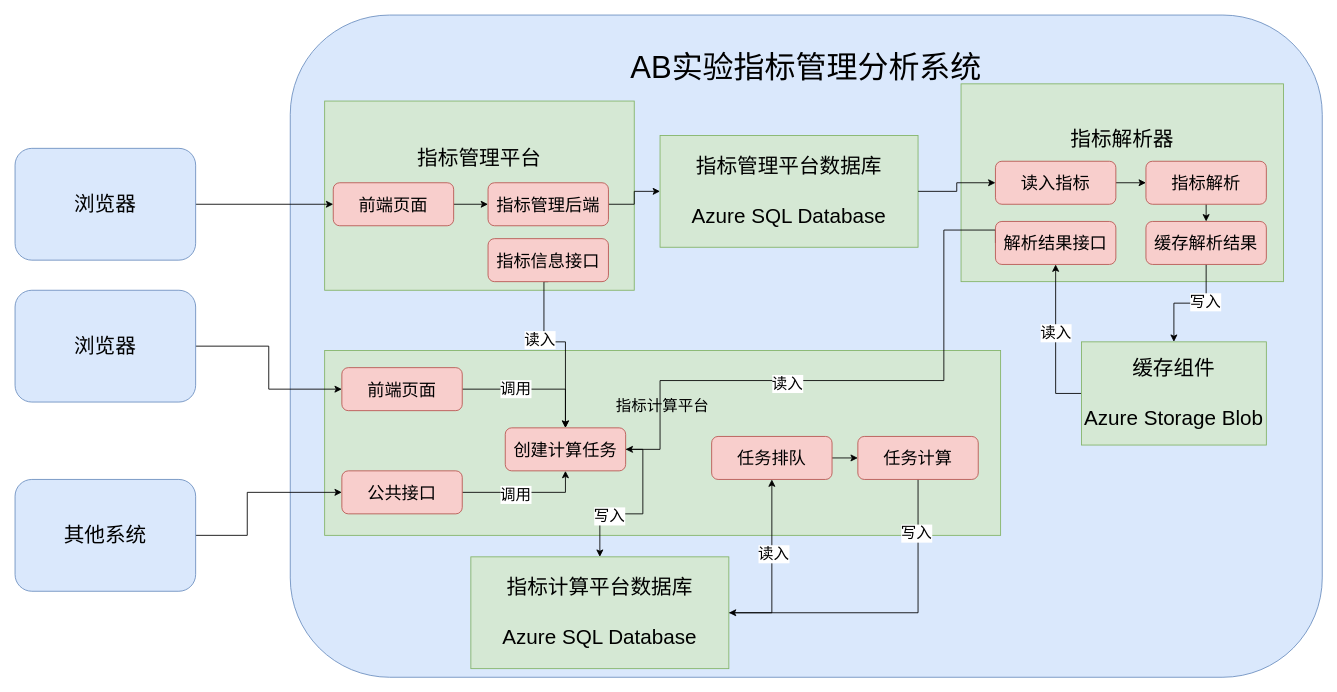
EricTao2/images-repository keeps this draw.io diagram as 架构图.drawio. Above is the earlier version. Source tidied: cells renumbered, new cells numbered last; positions are measured from the earlier drawing's top-left corner, leaving out a move shared by most shapes. Both pictures are drawn from the tidied source at 86%, with x=0, y=0 at pixel (15, 15).
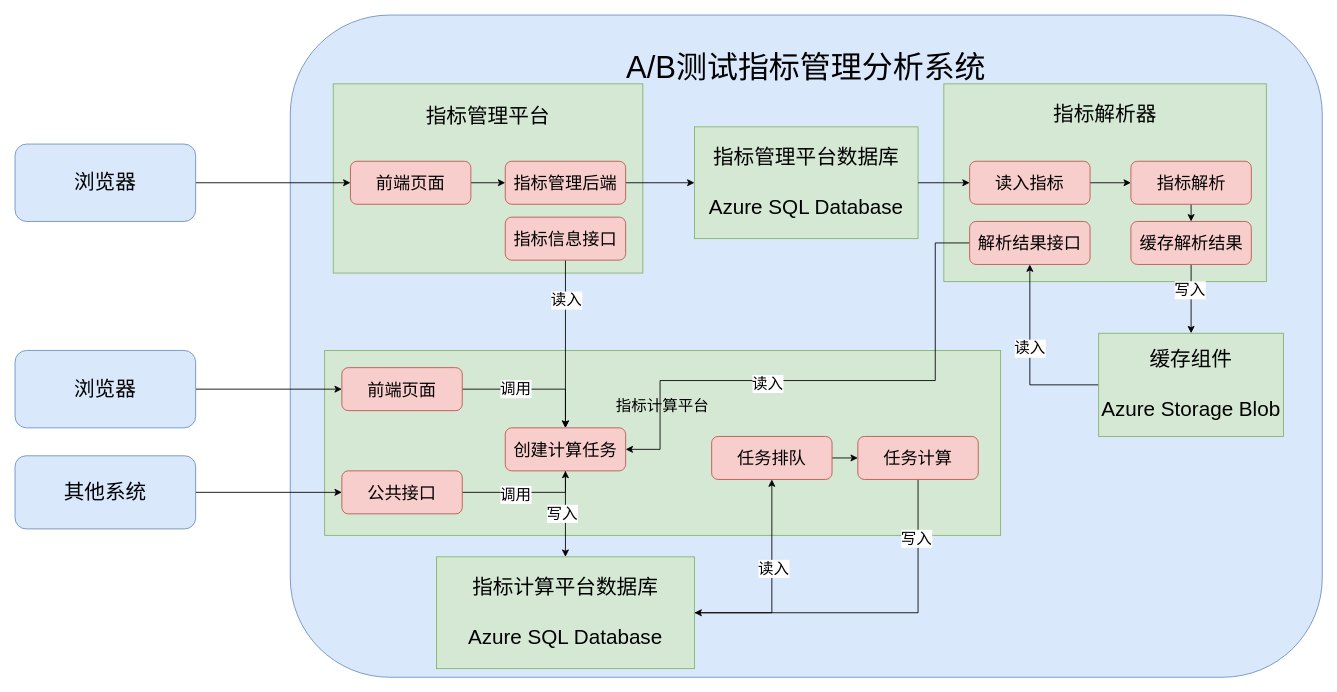
After the change.

Commit message:
更新架构图.drawio

The change refers to these unchanged cells:
```xml
<mxCell id="29" value="&lt;font style=&quot;font-size: 20px;&quot;&gt;公共接口&lt;/font&gt;" style="rounded=1;whiteSpace=wrap;html=1;fillColor=#f8cecc;strokeColor=#b85450;fontSize=20;" parent="1" vertex="1">
  <mxGeometry x="380" y="530" width="140" height="50" as="geometry" />
</mxCell>
<mxCell id="35" value="&lt;font style=&quot;font-size: 20px;&quot;&gt;创建计算任务&lt;/font&gt;" style="rounded=1;whiteSpace=wrap;html=1;fillColor=#f8cecc;strokeColor=#b85450;fontSize=20;" parent="1" vertex="1">
  <mxGeometry x="570" y="480" width="140" height="50" as="geometry" />
</mxCell>
```

The edit, as a diff of the source:
```diff
@@
-    <mxCell id="2" value="&lt;font style=&quot;font-size: 36px;&quot;&gt;AB&lt;span style=&quot;font-family: 宋体;&quot;&gt;实验指标管理分析系统&lt;br&gt;&lt;br&gt;&lt;br&gt;&lt;br&gt;&lt;br&gt;&lt;br&gt;&lt;br&gt;&lt;br&gt;&lt;br&gt;&lt;br&gt;&lt;br&gt;&lt;br&gt;&lt;br&gt;&lt;br&gt;&lt;br&gt;&lt;br&gt;&lt;/span&gt;&lt;/font&gt;" style="rounded=1;whiteSpace=wrap;html=1;fillColor=#dae8fc;strokeColor=#6c8ebf;" parent="1" vertex="1">
+    <mxCell id="2" value="&lt;font style=&quot;font-size: 36px;&quot;&gt;A/B测试&lt;span style=&quot;font-family: 宋体;&quot;&gt;指标管理分析系统&lt;br&gt;&lt;br&gt;&lt;br&gt;&lt;br&gt;&lt;br&gt;&lt;br&gt;&lt;br&gt;&lt;br&gt;&lt;br&gt;&lt;br&gt;&lt;br&gt;&lt;br&gt;&lt;br&gt;&lt;br&gt;&lt;br&gt;&lt;br&gt;&lt;/span&gt;&lt;/font&gt;" style="rounded=1;whiteSpace=wrap;html=1;fillColor=#dae8fc;strokeColor=#6c8ebf;arcSize=15;" parent="1" vertex="1">
       <mxGeometry x="320" width="1200" height="770" as="geometry" />
     </mxCell>
-    <mxCell id="3" value="&lt;font style=&quot;&quot;&gt;&lt;font style=&quot;font-size: 24px;&quot;&gt;指标管理平台&lt;br&gt;&lt;br&gt;&lt;br&gt;&lt;/font&gt;&lt;br&gt;&lt;br&gt;&lt;/font&gt;" style="rounded=0;whiteSpace=wrap;html=1;fillColor=#d5e8d4;strokeColor=#82b366;" parent="1" vertex="1">
-      <mxGeometry x="360" y="100" width="360" height="220" as="geometry" />
+    <mxCell id="3" value="&lt;font style=&quot;&quot;&gt;&lt;font style=&quot;font-size: 24px;&quot;&gt;指标管理平台&lt;br&gt;&lt;br&gt;&lt;br&gt;&lt;br&gt;&lt;br&gt;&lt;/font&gt;&lt;br&gt;&lt;br&gt;&lt;/font&gt;" style="rounded=0;whiteSpace=wrap;html=1;fillColor=#d5e8d4;strokeColor=#82b366;" parent="1" vertex="1">
+      <mxGeometry x="370" y="80" width="360" height="220" as="geometry" />
     </mxCell>
@@
     <mxCell id="5" value="&lt;font style=&quot;font-size: 20px;&quot;&gt;前端页面&lt;/font&gt;" style="rounded=1;whiteSpace=wrap;html=1;fillColor=#f8cecc;strokeColor=#b85450;fontSize=20;" parent="1" vertex="1">
-      <mxGeometry x="370" y="195" width="140" height="50" as="geometry" />
+      <mxGeometry x="390" y="170" width="140" height="50" as="geometry" />
     </mxCell>
     <mxCell id="6" value="&lt;font style=&quot;&quot;&gt;&lt;font style=&quot;font-size: 24px;&quot;&gt;指标管理平台数据库&lt;br&gt;&lt;br&gt;Azure SQL Database&lt;/font&gt;&lt;br&gt;&lt;/font&gt;" style="rounded=0;whiteSpace=wrap;html=1;fillColor=#d5e8d4;strokeColor=#82b366;" parent="1" vertex="1">
-      <mxGeometry x="750" y="140" width="300" height="130" as="geometry" />
+      <mxGeometry x="790" y="130" width="260" height="130" as="geometry" />
     </mxCell>
-    <mxCell id="7" value="&lt;font style=&quot;&quot;&gt;&lt;font style=&quot;font-size: 24px;&quot;&gt;指标解析器&lt;br&gt;&lt;br&gt;&lt;br&gt;&lt;br&gt;&lt;/font&gt;&lt;br&gt;&lt;/font&gt;" style="rounded=0;whiteSpace=wrap;html=1;fillColor=#d5e8d4;strokeColor=#82b366;" parent="1" vertex="1">
-      <mxGeometry x="1100" y="80" width="375" height="230" as="geometry" />
+    <mxCell id="7" value="&lt;font style=&quot;&quot;&gt;&lt;font style=&quot;font-size: 24px;&quot;&gt;指标解析器&lt;br&gt;&lt;br&gt;&lt;br&gt;&lt;br&gt;&lt;br&gt;&lt;br&gt;&lt;/font&gt;&lt;br&gt;&lt;/font&gt;" style="rounded=0;whiteSpace=wrap;html=1;fillColor=#d5e8d4;strokeColor=#82b366;" parent="1" vertex="1">
+      <mxGeometry x="1080" y="80" width="375" height="230" as="geometry" />
     </mxCell>
@@
     <mxCell id="10" value="&lt;font style=&quot;&quot;&gt;&lt;font style=&quot;font-size: 24px;&quot;&gt;缓存组件&lt;br&gt;&lt;br&gt;Azure Storage Blob&lt;/font&gt;&lt;br&gt;&lt;/font&gt;" style="rounded=0;whiteSpace=wrap;html=1;fillColor=#d5e8d4;strokeColor=#82b366;" parent="1" vertex="1">
-      <mxGeometry x="1240" y="380" width="215" height="120" as="geometry" />
+      <mxGeometry x="1260" y="370" width="215" height="120" as="geometry" />
     </mxCell>
@@
     <mxCell id="13" value="&lt;font style=&quot;font-size: 20px;&quot;&gt;指标管理后端&lt;/font&gt;" style="rounded=1;whiteSpace=wrap;html=1;fillColor=#f8cecc;strokeColor=#b85450;fontSize=20;" parent="1" vertex="1">
-      <mxGeometry x="550" y="195" width="140" height="50" as="geometry" />
+      <mxGeometry x="570" y="170" width="140" height="50" as="geometry" />
     </mxCell>
     <mxCell id="14" style="edgeStyle=orthogonalEdgeStyle;rounded=0;jettySize=auto;html=1;exitX=0;exitY=0.5;exitDx=0;exitDy=0;entryX=1;entryY=0.5;entryDx=0;entryDy=0;" parent="1" edge="1" source="16" target="35">
       <mxGeometry relative="1" as="geometry">
         <Array as="points">
-          <mxPoint x="1140" y="250" />
-          <mxPoint x="1080" y="250" />
-          <mxPoint x="1080" y="425" />
+          <mxPoint x="1070" y="265" />
+          <mxPoint x="1070" y="425" />
           <mxPoint x="750" y="425" />
           <mxPoint x="750" y="505" />
         </Array>
       </mxGeometry>
     </mxCell>
@@
     <mxCell id="16" value="&lt;font style=&quot;font-size: 20px;&quot;&gt;解析结果接口&lt;/font&gt;" style="rounded=1;whiteSpace=wrap;html=1;fillColor=#f8cecc;strokeColor=#b85450;fontSize=20;" parent="1" vertex="1">
-      <mxGeometry x="1140" y="240" width="140" height="50" as="geometry" />
+      <mxGeometry x="1110" y="240" width="140" height="50" as="geometry" />
     </mxCell>
@@
     <mxCell id="19" value="&lt;font style=&quot;font-size: 20px;&quot;&gt;缓存解析结果&lt;/font&gt;" style="rounded=1;whiteSpace=wrap;html=1;fillColor=#f8cecc;strokeColor=#b85450;fontSize=20;" parent="1" vertex="1">
-      <mxGeometry x="1315" y="240" width="140" height="50" as="geometry" />
+      <mxGeometry x="1297.5" y="240" width="140" height="50" as="geometry" />
     </mxCell>
@@
     <mxCell id="21" value="&lt;font style=&quot;font-size: 20px;&quot;&gt;读入指标&lt;/font&gt;" style="rounded=1;whiteSpace=wrap;html=1;fillColor=#f8cecc;strokeColor=#b85450;fontSize=20;" parent="1" vertex="1">
-      <mxGeometry x="1140" y="170" width="140" height="50" as="geometry" />
+      <mxGeometry x="1110" y="170" width="140" height="50" as="geometry" />
     </mxCell>
@@
     <mxCell id="23" value="&lt;font style=&quot;font-size: 20px;&quot;&gt;指标解析&lt;/font&gt;" style="rounded=1;whiteSpace=wrap;html=1;fillColor=#f8cecc;strokeColor=#b85450;fontSize=20;" parent="1" vertex="1">
-      <mxGeometry x="1315" y="170" width="140" height="50" as="geometry" />
+      <mxGeometry x="1297.5" y="170" width="140" height="50" as="geometry" />
     </mxCell>
@@
-    <mxCell id="33" style="edgeStyle=orthogonalEdgeStyle;rounded=0;jettySize=auto;html=1;exitX=1;exitY=0.5;exitDx=0;exitDy=0;" parent="1" edge="1" source="35" target="40">
-      <mxGeometry relative="1" as="geometry">
-        <Array as="points">
-          <mxPoint x="730" y="505" />
-          <mxPoint x="730" y="580" />
-          <mxPoint x="680" y="580" />
-        </Array>
-      </mxGeometry>
+    <mxCell id="33" style="edgeStyle=orthogonalEdgeStyle;rounded=0;jettySize=auto;html=1;exitX=0.5;exitY=1;exitDx=0;exitDy=0;entryX=0.5;entryY=0;entryDx=0;entryDy=0;" parent="1" edge="1" source="35" target="40">
+      <mxGeometry relative="1" as="geometry" />
     </mxCell>
-    <mxCell id="34" value="&lt;font style=&quot;font-size: 18px;&quot;&gt;写入&lt;/font&gt;" style="edgeLabel;html=1;align=center;verticalAlign=middle;" parent="33" vertex="1">
-      <mxGeometry x="0.38" y="2" relative="1" as="geometry" />
+    <mxCell id="34" value="&lt;span style=&quot;font-size: 18px;&quot;&gt;写入&lt;/span&gt;" style="edgeLabel;html=1;align=center;verticalAlign=middle;" parent="33" vertex="1">
+      <mxGeometry x="-0.01" y="-5" relative="1" as="geometry">
+        <mxPoint y="-1" as="offset" />
+      </mxGeometry>
     </mxCell>
@@
     <mxCell id="40" value="&lt;font style=&quot;&quot;&gt;&lt;font style=&quot;font-size: 24px;&quot;&gt;指标计算平台数据库&lt;br&gt;&lt;br&gt;Azure SQL Database&lt;/font&gt;&lt;br&gt;&lt;/font&gt;" style="rounded=0;whiteSpace=wrap;html=1;fillColor=#d5e8d4;strokeColor=#82b366;" parent="1" vertex="1">
-      <mxGeometry x="530" y="630" width="300" height="130" as="geometry" />
+      <mxGeometry x="490" y="630" width="300" height="130" as="geometry" />
     </mxCell>
@@
-    <mxCell id="42" style="edgeStyle=orthogonalEdgeStyle;rounded=0;jettySize=auto;html=1;exitX=1;exitY=0.5;exitDx=0;exitDy=0;" parent="1" edge="1" source="43" target="5">
-      <mxGeometry relative="1" as="geometry" />
-    </mxCell>
-    <mxCell id="43" value="&lt;font style=&quot;font-size: 24px;&quot;&gt;浏览器&lt;br&gt;&lt;/font&gt;" style="rounded=1;whiteSpace=wrap;html=1;fillColor=#dae8fc;strokeColor=#6c8ebf;" parent="1" vertex="1">
-      <mxGeometry y="155" width="210" height="130" as="geometry" />
-    </mxCell>
-    <mxCell id="44" style="edgeStyle=orthogonalEdgeStyle;rounded=0;jettySize=auto;html=1;exitX=0.5;exitY=1;exitDx=0;exitDy=0;entryX=0.5;entryY=0;entryDx=0;entryDy=0;" parent="1" edge="1" source="46" target="35">
-      <mxGeometry relative="1" as="geometry">
-        <Array as="points">
-          <mxPoint x="615" y="310" />
-          <mxPoint x="615" y="380" />
-          <mxPoint x="640" y="380" />
-        </Array>
-      </mxGeometry>
-    </mxCell>
+    <mxCell id="51" style="edgeStyle=orthogonalEdgeStyle;rounded=0;jettySize=auto;html=1;exitX=0.5;exitY=1;exitDx=0;exitDy=0;" parent="1" edge="1" source="46">
+      <mxGeometry relative="1" as="geometry">
+        <mxPoint x="640" y="480" as="targetPoint" />
+      </mxGeometry>
+    </mxCell>
-    <mxCell id="45" value="&lt;font style=&quot;font-size: 18px;&quot;&gt;读入&lt;/font&gt;" style="edgeLabel;html=1;align=center;verticalAlign=middle;" parent="44" vertex="1">
-      <mxGeometry x="-0.28" y="-6" relative="1" as="geometry" />
+    <mxCell id="45" value="&lt;font style=&quot;font-size: 18px;&quot;&gt;读入&lt;/font&gt;" style="edgeLabel;html=1;align=center;verticalAlign=middle;" parent="51" vertex="1">
+      <mxGeometry x="-0.53" relative="1" as="geometry" />
     </mxCell>
     <mxCell id="46" value="&lt;font style=&quot;font-size: 20px;&quot;&gt;指标信息接口&lt;/font&gt;" style="rounded=1;whiteSpace=wrap;html=1;fillColor=#f8cecc;strokeColor=#b85450;fontSize=20;" parent="1" vertex="1">
-      <mxGeometry x="550" y="260" width="140" height="50" as="geometry" />
+      <mxGeometry x="570" y="235" width="140" height="50" as="geometry" />
     </mxCell>
@@
     <mxCell id="48" value="&lt;font style=&quot;font-size: 24px;&quot;&gt;浏览器&lt;br&gt;&lt;/font&gt;" style="rounded=1;whiteSpace=wrap;html=1;fillColor=#dae8fc;strokeColor=#6c8ebf;" parent="1" vertex="1">
-      <mxGeometry y="320" width="210" height="130" as="geometry" />
+      <mxGeometry y="390" width="210" height="90" as="geometry" />
     </mxCell>
     <mxCell id="49" style="edgeStyle=orthogonalEdgeStyle;rounded=0;jettySize=auto;html=1;exitX=1;exitY=0.5;exitDx=0;exitDy=0;entryX=0;entryY=0.5;entryDx=0;entryDy=0;" parent="1" edge="1" source="50" target="29">
-      <mxGeometry relative="1" as="geometry">
-        <Array as="points">
-          <mxPoint x="270" y="605" />
-          <mxPoint x="270" y="555" />
-        </Array>
-      </mxGeometry>
+      <mxGeometry relative="1" as="geometry" />
     </mxCell>
     <mxCell id="50" value="&lt;font style=&quot;font-size: 24px;&quot;&gt;其他系统&lt;br&gt;&lt;/font&gt;" style="rounded=1;whiteSpace=wrap;html=1;fillColor=#dae8fc;strokeColor=#6c8ebf;" parent="1" vertex="1">
-      <mxGeometry y="540" width="210" height="130" as="geometry" />
+      <mxGeometry y="512.5" width="210" height="85" as="geometry" />
     </mxCell>
+    <mxCell id="42" style="edgeStyle=orthogonalEdgeStyle;rounded=0;jettySize=auto;html=1;exitX=1;exitY=0.5;exitDx=0;exitDy=0;" parent="1" edge="1" source="43" target="5">
+      <mxGeometry relative="1" as="geometry" />
+    </mxCell>
+    <mxCell id="43" value="&lt;font style=&quot;font-size: 24px;&quot;&gt;浏览器&lt;br&gt;&lt;/font&gt;" style="rounded=1;whiteSpace=wrap;html=1;fillColor=#dae8fc;strokeColor=#6c8ebf;" parent="1" vertex="1">
+      <mxGeometry y="150" width="210" height="90" as="geometry" />
+    </mxCell>
```
